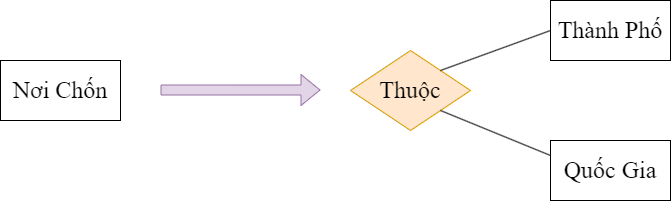
Before: Luật thứ nhất(trên xuống).png, a diagram exported from draw.io (datnham0212/learning). Source tidied: cells renumbered, new cells last; positions are measured from the earlier drawing's top-left corner, leaving out a move shared by most shapes.
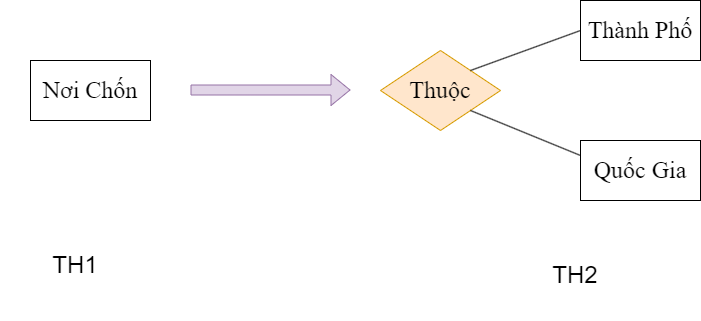
Above is the later version.

Change to the diagram source:
```diff
@@ -30,5 +30,11 @@
         <mxPoint x="440" y="110" as="targetPoint" />
       </mxGeometry>
     </mxCell>
+    <mxCell id="9" value="&lt;font style=&quot;font-size: 24px;&quot;&gt;TH1&lt;/font&gt;" style="text;html=1;strokeColor=none;fillColor=none;align=center;verticalAlign=middle;whiteSpace=wrap;rounded=0;" parent="1" vertex="1">
+      <mxGeometry x="-30" y="220" width="150" height="90" as="geometry" />
+    </mxCell>
+    <mxCell id="10" value="&lt;font style=&quot;font-size: 24px;&quot;&gt;TH2&lt;/font&gt;" style="text;html=1;strokeColor=none;fillColor=none;align=center;verticalAlign=middle;whiteSpace=wrap;rounded=0;" parent="1" vertex="1">
+      <mxGeometry x="470" y="230" width="150" height="90" as="geometry" />
+    </mxCell>
   </root>
 </mxGraphModel>
```
